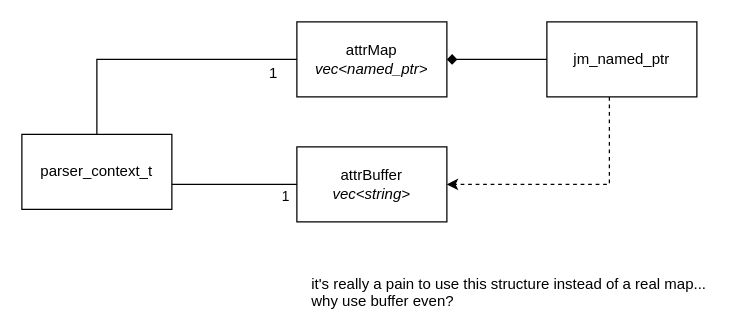
modelon-community/fmi-library keeps this draw.io diagram as page "parse_ctx" (4 of 4) of dev/diagrams/diagrams.drawio. Above is the earlier version. Source tidied: cells renumbered, new cells numbered last; positions are measured from the earlier drawing's top-left corner, leaving out a move shared by most shapes. Both pictures are drawn from the tidied source at 125%, with x=0, y=0 at pixel (21, 21).
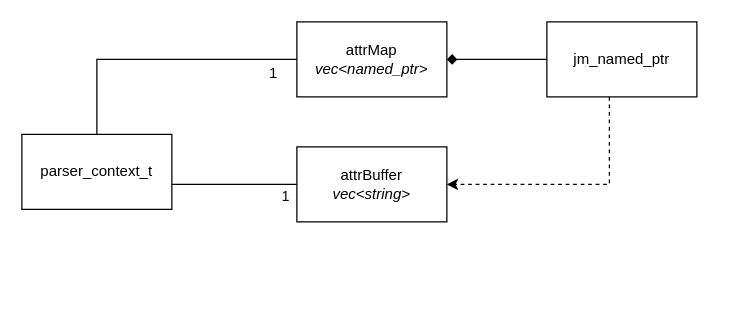
The same page after the edit.

The edit, as a diff of the source:
```diff
@@
 <mxGraphModel>
   <root>
     <mxCell id="0" />
     <mxCell id="1" parent="0" />
     <mxCell id="2" style="edgeStyle=orthogonalEdgeStyle;rounded=0;jettySize=auto;html=1;endArrow=none;endFill=0;startArrow=diamond;startFill=1;" parent="1" edge="1" source="3" target="5">
       <mxGeometry relative="1" as="geometry" />
     </mxCell>
     <mxCell id="3" value="attrMap&lt;br&gt;&lt;i&gt;vec&amp;lt;named_ptr&amp;gt;&lt;/i&gt;" style="rounded=0;whiteSpace=wrap;html=1;" parent="1" vertex="1">
       <mxGeometry x="220" width="120" height="60" as="geometry" />
     </mxCell>
     <mxCell id="4" style="edgeStyle=orthogonalEdgeStyle;rounded=0;jettySize=auto;html=1;startArrow=none;startFill=0;endArrow=classic;endFill=1;dashed=1;" parent="1" edge="1" source="5" target="6">
       <mxGeometry relative="1" as="geometry">
         <Array as="points">
           <mxPoint x="470" y="130" />
         </Array>
       </mxGeometry>
     </mxCell>
     <mxCell id="5" value="&lt;span style=&quot;text-align: left ; white-space: nowrap&quot;&gt;jm_named_ptr&lt;/span&gt;" style="rounded=0;whiteSpace=wrap;html=1;" parent="1" vertex="1">
       <mxGeometry x="420" width="120" height="60" as="geometry" />
     </mxCell>
     <mxCell id="6" value="&lt;span style=&quot;text-align: left ; white-space: nowrap&quot;&gt;attrBuffer&lt;br&gt;&lt;i&gt;vec&amp;lt;string&amp;gt;&lt;/i&gt;&lt;br&gt;&lt;/span&gt;" style="rounded=0;whiteSpace=wrap;html=1;" parent="1" vertex="1">
       <mxGeometry x="220" y="100" width="120" height="60" as="geometry" />
     </mxCell>
     <mxCell id="7" style="edgeStyle=orthogonalEdgeStyle;rounded=0;jettySize=auto;html=1;startArrow=none;startFill=0;endArrow=none;endFill=0;" parent="1" edge="1" source="10" target="3">
       <mxGeometry relative="1" as="geometry">
         <Array as="points">
           <mxPoint x="60" y="30" />
         </Array>
       </mxGeometry>
     </mxCell>
     <mxCell id="8" value="1" style="text;html=1;align=center;verticalAlign=middle;labelBackgroundColor=#ffffff;" parent="7" vertex="1">
       <mxGeometry x="0.84" y="-4" relative="1" as="geometry">
         <mxPoint x="-2" y="6" as="offset" />
       </mxGeometry>
     </mxCell>
     <mxCell id="9" value="1" style="edgeStyle=orthogonalEdgeStyle;rounded=0;jettySize=auto;html=1;startArrow=none;startFill=0;endArrow=none;endFill=0;" parent="1" edge="1" source="10" target="6">
       <mxGeometry x="0.82" y="-10" relative="1" as="geometry">
         <Array as="points">
           <mxPoint x="170" y="130" />
           <mxPoint x="170" y="130" />
         </Array>
       </mxGeometry>
     </mxCell>
     <mxCell id="10" value="&lt;span style=&quot;text-align: left ; white-space: nowrap&quot;&gt;parser_context_t&lt;/span&gt;" style="rounded=0;whiteSpace=wrap;html=1;" parent="1" vertex="1">
       <mxGeometry y="90" width="120" height="60" as="geometry" />
     </mxCell>
-    <mxCell id="11" value="it's really a pain to use this structure instead of a real map...&lt;br&gt;why use buffer even?" style="text;html=1;align=left;verticalAlign=top;spacingTop=-4;" parent="1" vertex="1">
-      <mxGeometry x="230" y="200" width="330" height="30" as="geometry" />
-    </mxCell>
   </root>
 </mxGraphModel>
```
